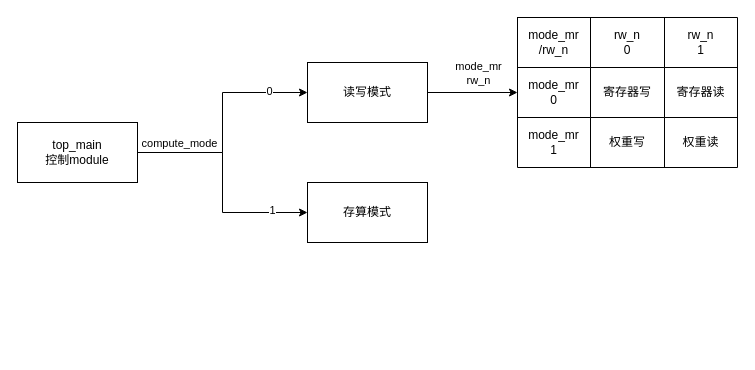
Before: page "top_main" (6 of 6) of cim.drawio in Devil-SX/draw-io, a draw.io diagram. Source tidied: cells renumbered, new cells numbered last; positions are measured from the earlier drawing's top-left corner, leaving out a move shared by most shapes. Both pictures are drawn from the tidied source at 100%, with x=0, y=0 at pixel (17, 17).
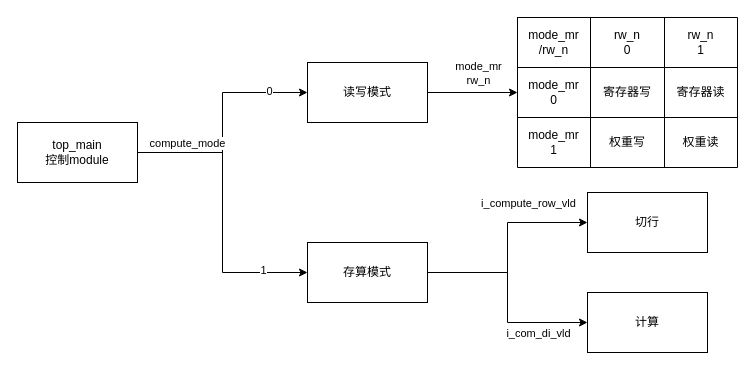
The same diagram, later.

Change to the diagram source:
```diff
@@
+    <mxCell id="25" style="edgeStyle=orthogonalEdgeStyle;rounded=0;jettySize=auto;html=1;entryX=0;entryY=0.5;entryDx=0;entryDy=0;" parent="1" edge="1" source="11" target="29">
+      <mxGeometry relative="1" as="geometry" />
+    </mxCell>
+    <mxCell id="26" value="i_compute_row_vld" style="edgeLabel;html=1;align=center;verticalAlign=middle;" parent="25" vertex="1">
+      <mxGeometry x="0.52" relative="1" as="geometry">
+        <mxPoint x="-10" y="-20" as="offset" />
+      </mxGeometry>
+    </mxCell>
+    <mxCell id="27" style="edgeStyle=orthogonalEdgeStyle;rounded=0;jettySize=auto;html=1;entryX=0;entryY=0.5;entryDx=0;entryDy=0;" parent="1" edge="1" source="11" target="30">
+      <mxGeometry relative="1" as="geometry" />
+    </mxCell>
+    <mxCell id="28" value="i_com_di_vld" style="edgeLabel;html=1;align=center;verticalAlign=middle;" parent="27" vertex="1">
+      <mxGeometry x="0.54" y="1" relative="1" as="geometry">
+        <mxPoint x="-2" y="11" as="offset" />
+      </mxGeometry>
+    </mxCell>
     <mxCell id="11" value="存算模式" style="whiteSpace=wrap;html=1;rounded=0;" parent="1" vertex="1">
-      <mxGeometry x="290" y="165" width="120" height="60" as="geometry" />
+      <mxGeometry x="290" y="225" width="120" height="60" as="geometry" />
     </mxCell>
@@
+    <mxCell id="29" value="切行" style="whiteSpace=wrap;html=1;rounded=0;" parent="1" vertex="1">
+      <mxGeometry x="570" y="175" width="120" height="60" as="geometry" />
+    </mxCell>
+    <mxCell id="30" value="计算" style="whiteSpace=wrap;html=1;rounded=0;" parent="1" vertex="1">
+      <mxGeometry x="570" y="275" width="120" height="60" as="geometry" />
+    </mxCell>
```
